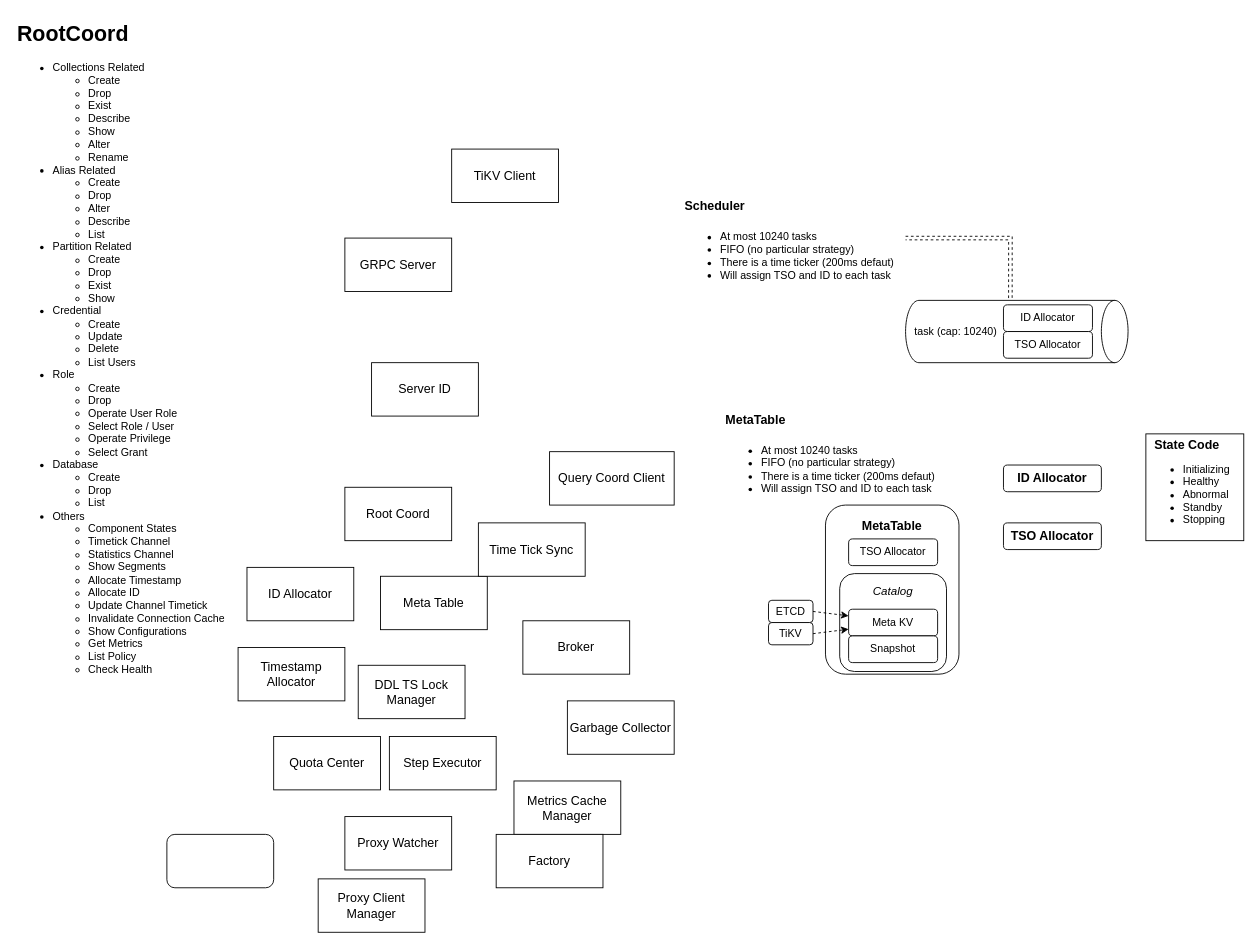
Earlier version of the draw.io diagram MilvusServer.drawio (Reidddddd/drawing). Source tidied: cells renumbered, new cells numbered last; positions are measured from the earlier drawing's top-left corner, leaving out a move shared by most shapes. Both pictures are drawn from the tidied source at 89%, with x=0, y=0 at pixel (15, 15).
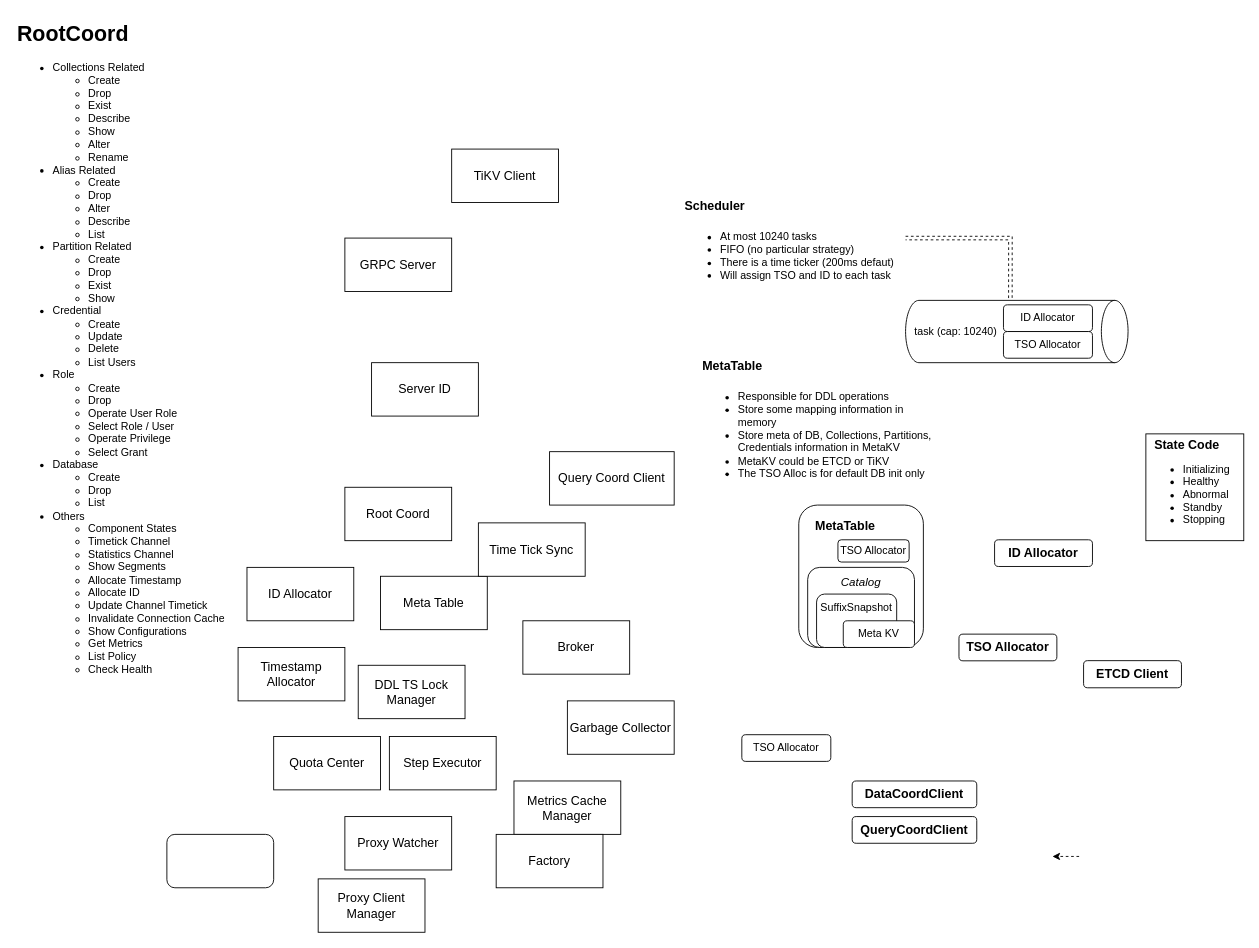
The same diagram, later.

Commit message:
Finished MetaTable Deconstruct

Diff of the diagram source:
```diff
@@
-    <mxCell id="2" value="&lt;div&gt;&lt;b style=&quot;&quot;&gt;&lt;font style=&quot;font-size: 14px;&quot;&gt;MetaTable&lt;/font&gt;&lt;/b&gt;&lt;/div&gt;&lt;div&gt;&lt;b&gt;&lt;br&gt;&lt;/b&gt;&lt;/div&gt;&lt;div&gt;&lt;b&gt;&lt;br&gt;&lt;/b&gt;&lt;/div&gt;&lt;div&gt;&lt;b&gt;&lt;br&gt;&lt;/b&gt;&lt;/div&gt;&lt;div&gt;&lt;br&gt;&lt;/div&gt;&lt;div&gt;&lt;br&gt;&lt;/div&gt;&lt;div&gt;&lt;br&gt;&lt;/div&gt;&lt;div&gt;&lt;br&gt;&lt;/div&gt;&lt;div&gt;&lt;br&gt;&lt;/div&gt;&lt;div&gt;&lt;br&gt;&lt;/div&gt;&lt;div&gt;&lt;br&gt;&lt;/div&gt;" style="rounded=1;whiteSpace=wrap;html=1;" parent="1" vertex="1">
-      <mxGeometry x="910" y="550" width="150" height="190" as="geometry" />
+    <mxCell id="2" value="&lt;div&gt;&lt;b style=&quot;&quot;&gt;&lt;font style=&quot;font-size: 14px;&quot;&gt;MetaTable&amp;nbsp; &amp;nbsp; &amp;nbsp; &amp;nbsp; &amp;nbsp;&lt;/font&gt;&lt;/b&gt;&lt;/div&gt;&lt;div&gt;&lt;b&gt;&lt;br&gt;&lt;/b&gt;&lt;/div&gt;&lt;div&gt;&lt;br&gt;&lt;/div&gt;&lt;div&gt;&lt;br&gt;&lt;/div&gt;&lt;div&gt;&lt;br&gt;&lt;/div&gt;&lt;div&gt;&lt;br&gt;&lt;/div&gt;&lt;div&gt;&lt;br&gt;&lt;/div&gt;&lt;div&gt;&lt;br&gt;&lt;/div&gt;&lt;div&gt;&lt;br&gt;&lt;/div&gt;" style="rounded=1;whiteSpace=wrap;html=1;" parent="1" vertex="1">
+      <mxGeometry x="880" y="550" width="140" height="160" as="geometry" />
     </mxCell>
-    <mxCell id="3" value="&lt;font style=&quot;font-size: 13px;&quot;&gt;&lt;i&gt;Catalog&lt;/i&gt;&lt;/font&gt;&lt;div&gt;&lt;b&gt;&lt;br&gt;&lt;/b&gt;&lt;/div&gt;&lt;div&gt;&lt;b&gt;&lt;br&gt;&lt;/b&gt;&lt;/div&gt;&lt;div&gt;&lt;b&gt;&lt;br&gt;&lt;/b&gt;&lt;/div&gt;&lt;div&gt;&lt;b&gt;&lt;br&gt;&lt;/b&gt;&lt;/div&gt;&lt;div&gt;&lt;br&gt;&lt;/div&gt;" style="rounded=1;whiteSpace=wrap;html=1;" parent="1" vertex="1">
-      <mxGeometry x="926" y="627" width="120" height="110" as="geometry" />
+    <mxCell id="3" value="&lt;font style=&quot;font-size: 13px;&quot;&gt;&lt;i&gt;Catalog&lt;/i&gt;&lt;/font&gt;&lt;div&gt;&lt;b&gt;&lt;br&gt;&lt;/b&gt;&lt;/div&gt;&lt;div&gt;&lt;b&gt;&lt;br&gt;&lt;/b&gt;&lt;/div&gt;&lt;div&gt;&lt;b&gt;&lt;br&gt;&lt;/b&gt;&lt;/div&gt;&lt;div&gt;&lt;br&gt;&lt;/div&gt;" style="rounded=1;whiteSpace=wrap;html=1;" parent="1" vertex="1">
+      <mxGeometry x="890" y="620" width="120" height="90" as="geometry" />
     </mxCell>
+    <mxCell id="35" value="&lt;font style=&quot;font-size: 12px;&quot;&gt;SuffixSnapshot&lt;/font&gt;&lt;div&gt;&lt;font style=&quot;font-size: 12px;&quot;&gt;&lt;br&gt;&lt;/font&gt;&lt;/div&gt;&lt;div&gt;&lt;font style=&quot;font-size: 12px;&quot;&gt;&lt;br&gt;&lt;/font&gt;&lt;/div&gt;" style="rounded=1;whiteSpace=wrap;html=1;" parent="1" vertex="1">
+      <mxGeometry x="900" y="650" width="90" height="60" as="geometry" />
+    </mxCell>
@@
     <mxCell id="27" value="&lt;font style=&quot;font-size: 14px;&quot;&gt;&lt;b&gt;ID Allocator&lt;/b&gt;&lt;/font&gt;" style="rounded=1;whiteSpace=wrap;html=1;" parent="1" vertex="1">
-      <mxGeometry x="1110" y="505" width="110" height="30" as="geometry" />
+      <mxGeometry x="1100" y="589" width="110" height="30" as="geometry" />
     </mxCell>
-    <mxCell id="28" value="&lt;font style=&quot;font-size: 14px;&quot;&gt;&lt;b&gt;TSO Allocator&lt;/b&gt;&lt;/font&gt;" style="rounded=1;whiteSpace=wrap;html=1;" parent="1" vertex="1">
-      <mxGeometry x="1110" y="570" width="110" height="30" as="geometry" />
+    <mxCell id="28" value="&lt;span style=&quot;font-size: 14px;&quot;&gt;&lt;b&gt;DataCoordClient&lt;/b&gt;&lt;/span&gt;" style="rounded=1;whiteSpace=wrap;html=1;" parent="1" vertex="1">
+      <mxGeometry x="940" y="860" width="140" height="30" as="geometry" />
     </mxCell>
@@
-    <mxCell id="30" value="&lt;h1 style=&quot;margin-top: 0px;&quot;&gt;&lt;font style=&quot;font-size: 14px;&quot;&gt;MetaTable&lt;/font&gt;&lt;/h1&gt;&lt;p&gt;&lt;/p&gt;&lt;ul&gt;&lt;li&gt;At most 10240 tasks&lt;/li&gt;&lt;li&gt;FIFO (no particular strategy)&lt;/li&gt;&lt;li&gt;There is a time ticker (200ms defaut)&lt;/li&gt;&lt;li&gt;Will assign TSO and ID to each task&lt;/li&gt;&lt;/ul&gt;&lt;p&gt;&lt;/p&gt;" style="text;html=1;whiteSpace=wrap;overflow=hidden;rounded=0;" parent="1" vertex="1">
-      <mxGeometry x="796" y="430" width="250" height="120" as="geometry" />
+    <mxCell id="30" value="&lt;h1 style=&quot;margin-top: 0px;&quot;&gt;&lt;font style=&quot;font-size: 14px;&quot;&gt;MetaTable&lt;/font&gt;&lt;/h1&gt;&lt;p&gt;&lt;/p&gt;&lt;ul&gt;&lt;li&gt;&lt;span style=&quot;background-color: initial;&quot;&gt;Responsible for DDL operations&lt;/span&gt;&lt;/li&gt;&lt;li&gt;&lt;span style=&quot;background-color: initial;&quot;&gt;Store some mapping information in memory&lt;/span&gt;&lt;/li&gt;&lt;li&gt;&lt;span style=&quot;background-color: initial;&quot;&gt;Store meta of DB, Collections, Partitions, Credentials information in MetaKV&lt;/span&gt;&lt;/li&gt;&lt;li&gt;&lt;span style=&quot;background-color: initial;&quot;&gt;MetaKV could be ETCD or TiKV&lt;/span&gt;&lt;/li&gt;&lt;li&gt;&lt;span style=&quot;background-color: initial;&quot;&gt;The TSO Alloc is for default DB init only&lt;/span&gt;&lt;/li&gt;&lt;/ul&gt;&lt;p&gt;&lt;/p&gt;" style="text;html=1;whiteSpace=wrap;overflow=hidden;rounded=0;" parent="1" vertex="1">
+      <mxGeometry x="770" y="370" width="260" height="180" as="geometry" />
     </mxCell>
     <mxCell id="31" value="&lt;font style=&quot;font-size: 12px;&quot;&gt;Meta KV&lt;/font&gt;" style="rounded=1;whiteSpace=wrap;html=1;" parent="1" vertex="1">
-      <mxGeometry x="936" y="667" width="100" height="30" as="geometry" />
+      <mxGeometry x="930" y="680" width="80" height="30" as="geometry" />
     </mxCell>
-    <mxCell id="32" style="rounded=0;jettySize=auto;html=1;exitX=1;exitY=0.5;exitDx=0;exitDy=0;entryX=0;entryY=0.25;entryDx=0;entryDy=0;elbow=vertical;dashed=1;" parent="1" edge="1" source="33" target="31">
-      <mxGeometry relative="1" as="geometry" />
-    </mxCell>
-    <mxCell id="33" value="&lt;font style=&quot;font-size: 12px;&quot;&gt;ETCD&lt;/font&gt;" style="rounded=1;whiteSpace=wrap;html=1;" parent="1" vertex="1">
-      <mxGeometry x="846" y="657" width="50" height="25" as="geometry" />
-    </mxCell>
-    <mxCell id="34" value="&lt;font style=&quot;font-size: 12px;&quot;&gt;TiKV&lt;/font&gt;" style="rounded=1;whiteSpace=wrap;html=1;" parent="1" vertex="1">
-      <mxGeometry x="846" y="682" width="50" height="25" as="geometry" />
-    </mxCell>
-    <mxCell id="35" value="&lt;font style=&quot;font-size: 12px;&quot;&gt;Snapshot&lt;/font&gt;" style="rounded=1;whiteSpace=wrap;html=1;" parent="1" vertex="1">
-      <mxGeometry x="936" y="697" width="100" height="30" as="geometry" />
-    </mxCell>
-    <mxCell id="36" style="rounded=0;jettySize=auto;html=1;exitX=1;exitY=0.5;exitDx=0;exitDy=0;entryX=0;entryY=0.75;entryDx=0;entryDy=0;elbow=vertical;dashed=1;" parent="1" edge="1" source="34" target="31">
-      <mxGeometry relative="1" as="geometry" />
-    </mxCell>
     <mxCell id="37" value="&lt;font style=&quot;font-size: 12px;&quot;&gt;TSO Allocator&lt;/font&gt;" style="rounded=1;whiteSpace=wrap;html=1;" parent="1" vertex="1">
-      <mxGeometry x="936" y="588" width="100" height="30" as="geometry" />
+      <mxGeometry x="816" y="808" width="100" height="30" as="geometry" />
     </mxCell>
@@
+    <mxCell id="40" style="edgeStyle=orthogonalEdgeStyle;rounded=0;orthogonalLoop=1;jettySize=auto;html=1;exitX=0;exitY=0.5;exitDx=0;exitDy=0;entryX=1;entryY=0.5;entryDx=0;entryDy=0;dashed=1;" parent="1" edge="1">
+      <mxGeometry relative="1" as="geometry">
+        <mxPoint x="1195" y="944.8" as="sourcePoint" />
+        <mxPoint x="1165" y="945" as="targetPoint" />
+      </mxGeometry>
+    </mxCell>
+    <mxCell id="41" value="&lt;font style=&quot;font-size: 14px;&quot;&gt;&lt;b&gt;ETCD Client&lt;/b&gt;&lt;/font&gt;" style="rounded=1;whiteSpace=wrap;html=1;" parent="1" vertex="1">
+      <mxGeometry x="1200" y="724.8" width="110" height="30.5" as="geometry" />
+    </mxCell>
+    <mxCell id="42" value="&lt;font style=&quot;font-size: 12px;&quot;&gt;TSO Allocator&lt;/font&gt;" style="rounded=1;whiteSpace=wrap;html=1;" parent="1" vertex="1">
+      <mxGeometry x="924" y="589" width="80" height="25" as="geometry" />
+    </mxCell>
+    <mxCell id="43" value="&lt;font style=&quot;font-size: 14px;&quot;&gt;&lt;b&gt;TSO Allocator&lt;/b&gt;&lt;/font&gt;" style="rounded=1;whiteSpace=wrap;html=1;" parent="1" vertex="1">
+      <mxGeometry x="1060" y="695" width="110" height="30" as="geometry" />
+    </mxCell>
+    <mxCell id="44" value="&lt;span style=&quot;font-size: 14px;&quot;&gt;&lt;b&gt;QueryCoordClient&lt;/b&gt;&lt;/span&gt;" style="rounded=1;whiteSpace=wrap;html=1;" parent="1" vertex="1">
+      <mxGeometry x="940" y="900" width="140" height="30" as="geometry" />
+    </mxCell>
```
